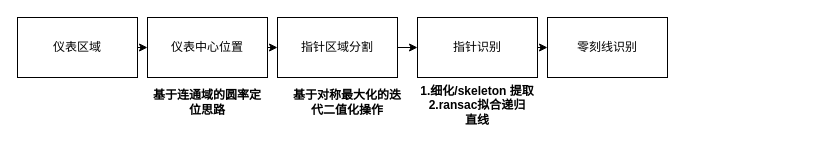
Earlier version of the draw.io diagram pointer_recognition.drawio (paleblackless/diagrams). Source tidied: cells renumbered, new cells numbered last; positions are measured from the earlier drawing's top-left corner, leaving out a move shared by most shapes. Both pictures are drawn from the tidied source at 100%, with x=0, y=0 at pixel (17, 17).
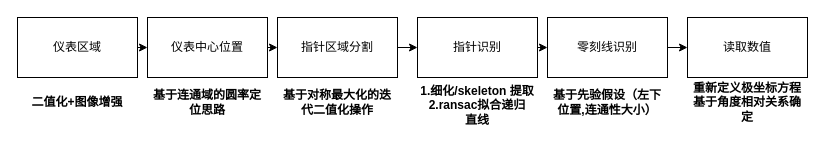
After the change.

What changed in the source:
```diff
@@
 <mxGraphModel>
   <root>
     <mxCell id="0" />
     <mxCell id="1" parent="0" />
     <mxCell id="2" style="edgeStyle=orthogonalEdgeStyle;rounded=0;jettySize=auto;html=1;exitX=1;exitY=0.5;exitDx=0;exitDy=0;entryX=0;entryY=0.5;entryDx=0;entryDy=0;" parent="1" edge="1" source="3" target="5">
       <mxGeometry relative="1" as="geometry" />
     </mxCell>
     <mxCell id="3" value="仪表区域" style="rounded=0;whiteSpace=wrap;html=1;" parent="1" vertex="1">
       <mxGeometry width="120" height="60" as="geometry" />
     </mxCell>
     <mxCell id="4" style="edgeStyle=orthogonalEdgeStyle;rounded=0;jettySize=auto;html=1;exitX=1;exitY=0.5;exitDx=0;exitDy=0;entryX=0;entryY=0.5;entryDx=0;entryDy=0;" parent="1" edge="1" source="5" target="7">
       <mxGeometry relative="1" as="geometry" />
     </mxCell>
     <mxCell id="5" value="仪表中心位置" style="rounded=0;whiteSpace=wrap;html=1;" parent="1" vertex="1">
       <mxGeometry x="130" width="120" height="60" as="geometry" />
     </mxCell>
     <mxCell id="6" style="edgeStyle=orthogonalEdgeStyle;rounded=0;jettySize=auto;html=1;exitX=1;exitY=0.5;exitDx=0;exitDy=0;entryX=0;entryY=0.5;entryDx=0;entryDy=0;" parent="1" edge="1" source="7" target="11">
       <mxGeometry relative="1" as="geometry" />
     </mxCell>
     <mxCell id="7" value="指针区域分割" style="rounded=0;whiteSpace=wrap;html=1;" parent="1" vertex="1">
       <mxGeometry x="260" width="120" height="60" as="geometry" />
     </mxCell>
     <mxCell id="8" value="&lt;b&gt;基于连通域的圆率定位思路&lt;/b&gt;" style="text;html=1;strokeColor=none;fillColor=none;align=center;verticalAlign=middle;whiteSpace=wrap;rounded=0;" parent="1" vertex="1">
       <mxGeometry x="130" y="70" width="120" height="30" as="geometry" />
     </mxCell>
     <mxCell id="9" value="&lt;b&gt;基于对称最大化的迭代二值化操作&lt;br&gt;&lt;/b&gt;" style="text;html=1;strokeColor=none;fillColor=none;align=center;verticalAlign=middle;whiteSpace=wrap;rounded=0;" parent="1" vertex="1">
-      <mxGeometry x="270" y="70" width="120" height="30" as="geometry" />
+      <mxGeometry x="260" y="70" width="120" height="30" as="geometry" />
     </mxCell>
     <mxCell id="10" style="edgeStyle=orthogonalEdgeStyle;rounded=0;jettySize=auto;html=1;exitX=1;exitY=0.5;exitDx=0;exitDy=0;entryX=0;entryY=0.5;entryDx=0;entryDy=0;" parent="1" edge="1" source="11" target="13">
       <mxGeometry relative="1" as="geometry" />
     </mxCell>
     <mxCell id="11" value="指针识别" style="rounded=0;whiteSpace=wrap;html=1;" parent="1" vertex="1">
       <mxGeometry x="400" width="120" height="60" as="geometry" />
     </mxCell>
     <mxCell id="12" value="&lt;b&gt;1.细化/skeleton 提取&lt;br&gt;2.ransac拟合递归&lt;br&gt;直线&lt;br&gt;&lt;br&gt;&lt;/b&gt;" style="text;html=1;strokeColor=none;fillColor=none;align=center;verticalAlign=middle;whiteSpace=wrap;rounded=0;" parent="1" vertex="1">
       <mxGeometry x="400" y="80" width="120" height="30" as="geometry" />
     </mxCell>
+    <mxCell id="14" style="edgeStyle=orthogonalEdgeStyle;rounded=0;jettySize=auto;html=1;exitX=1;exitY=0.5;exitDx=0;exitDy=0;entryX=0;entryY=0.5;entryDx=0;entryDy=0;" parent="1" edge="1" source="13" target="16">
+      <mxGeometry relative="1" as="geometry" />
+    </mxCell>
     <mxCell id="13" value="零刻线识别" style="rounded=0;whiteSpace=wrap;html=1;" parent="1" vertex="1">
       <mxGeometry x="530" width="120" height="60" as="geometry" />
     </mxCell>
+    <mxCell id="15" value="&lt;b&gt;基于先验假设（左下位置,连通性大小）&lt;/b&gt;" style="text;html=1;strokeColor=none;fillColor=none;align=center;verticalAlign=middle;whiteSpace=wrap;rounded=0;" parent="1" vertex="1">
+      <mxGeometry x="530" y="70" width="120" height="30" as="geometry" />
+    </mxCell>
+    <mxCell id="16" value="读取数值" style="rounded=0;whiteSpace=wrap;html=1;" parent="1" vertex="1">
+      <mxGeometry x="670" width="120" height="60" as="geometry" />
+    </mxCell>
+    <mxCell id="17" value="&lt;b&gt;重新定义极坐标方程基于角度相对关系确定&lt;/b&gt;" style="text;html=1;strokeColor=none;fillColor=none;align=center;verticalAlign=middle;whiteSpace=wrap;rounded=0;" parent="1" vertex="1">
+      <mxGeometry x="670" y="70" width="120" height="30" as="geometry" />
+    </mxCell>
+    <mxCell id="18" value="&lt;b&gt;二值化+图像增强&lt;br&gt;&lt;/b&gt;" style="text;html=1;strokeColor=none;fillColor=none;align=center;verticalAlign=middle;whiteSpace=wrap;rounded=0;" parent="1" vertex="1">
+      <mxGeometry y="70" width="120" height="30" as="geometry" />
+    </mxCell>
   </root>
 </mxGraphModel>
```
